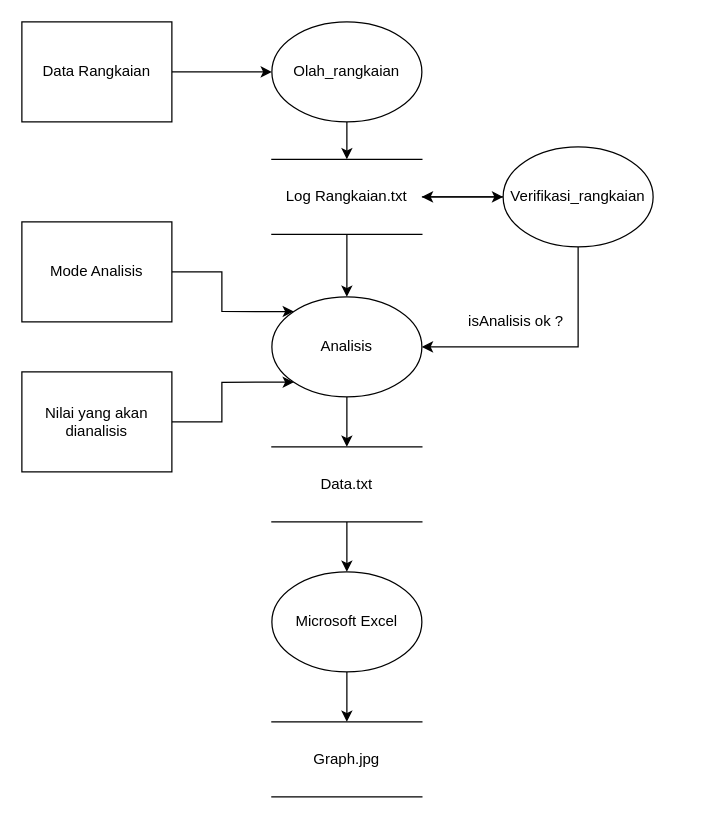
This is Data Flow Diagram.drawio from Lucranix28/TugasBesarPMC-LTSpice, a draw.io file, before an edit. Source tidied: cells renumbered, new cells numbered last; positions are measured from the earlier drawing's top-left corner, leaving out a move shared by most shapes. Both pictures are drawn from the tidied source at 125%, with x=0, y=0 at pixel (21, 21).
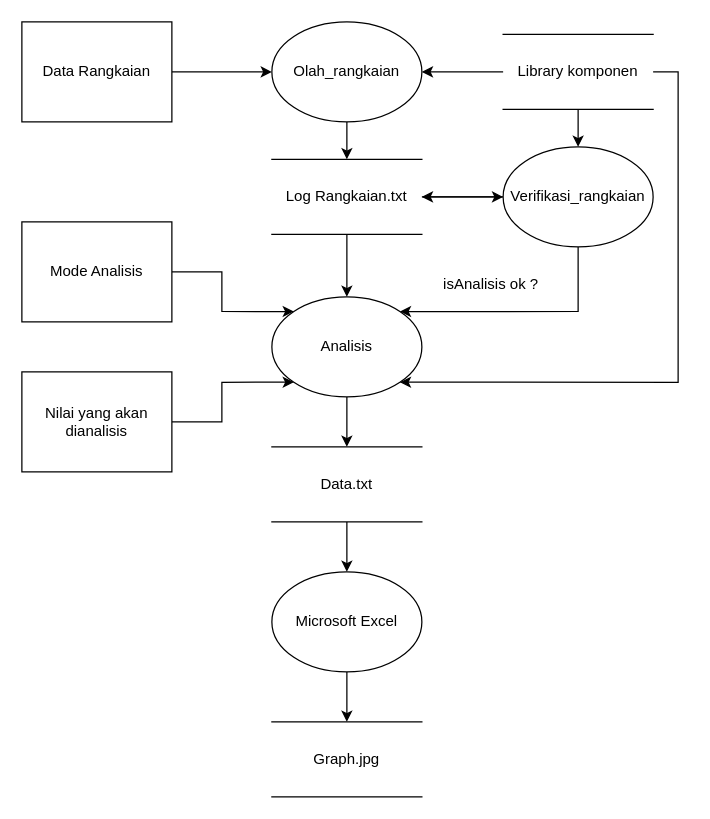
The same page after the edit.

Unchanged cells that the change refers to:
```xml
<mxCell id="12" value="Olah_rangkaian" style="ellipse;whiteSpace=wrap;html=1;" parent="1" vertex="1">
  <mxGeometry x="200" width="120" height="80" as="geometry" />
</mxCell>
<mxCell id="15" value="Verifikasi_rangkaian" style="ellipse;whiteSpace=wrap;html=1;" parent="1" vertex="1">
  <mxGeometry x="385" y="100" width="120" height="80" as="geometry" />
</mxCell>
<mxCell id="17" value="Analisis" style="ellipse;whiteSpace=wrap;html=1;" parent="1" vertex="1">
  <mxGeometry x="200" y="220" width="120" height="80" as="geometry" />
</mxCell>
```

The edit, as a diff of the source:
```diff
@@
-    <mxCell id="14" style="edgeStyle=orthogonalEdgeStyle;rounded=0;jettySize=auto;html=1;exitX=0.5;exitY=1;exitDx=0;exitDy=0;entryX=1;entryY=0.5;entryDx=0;entryDy=0;" parent="1" edge="1" source="15" target="17">
-      <mxGeometry relative="1" as="geometry" />
+    <mxCell id="14" style="edgeStyle=orthogonalEdgeStyle;rounded=0;jettySize=auto;html=1;exitX=0.5;exitY=1;exitDx=0;exitDy=0;entryX=1;entryY=0;entryDx=0;entryDy=0;" parent="1" edge="1" source="15" target="17">
+      <mxGeometry relative="1" as="geometry">
+        <Array as="points">
+          <mxPoint x="445" y="232" />
+          <mxPoint x="302" y="232" />
+        </Array>
+      </mxGeometry>
     </mxCell>
@@
     <mxCell id="23" value="isAnalisis ok ?" style="text;html=1;align=center;verticalAlign=middle;" parent="1" vertex="1">
-      <mxGeometry x="350" y="230" width="90" height="20" as="geometry" />
+      <mxGeometry x="330" y="200" width="90" height="20" as="geometry" />
     </mxCell>
+    <mxCell id="24" style="edgeStyle=orthogonalEdgeStyle;rounded=0;jettySize=auto;html=1;exitX=0;exitY=0.5;exitDx=0;exitDy=0;entryX=1;entryY=0.5;entryDx=0;entryDy=0;" parent="1" edge="1" source="27" target="12">
+      <mxGeometry relative="1" as="geometry" />
+    </mxCell>
+    <mxCell id="25" style="edgeStyle=orthogonalEdgeStyle;rounded=0;jettySize=auto;html=1;exitX=0.5;exitY=1;exitDx=0;exitDy=0;entryX=0.5;entryY=0;entryDx=0;entryDy=0;" parent="1" edge="1" source="27" target="15">
+      <mxGeometry relative="1" as="geometry" />
+    </mxCell>
+    <mxCell id="26" style="edgeStyle=orthogonalEdgeStyle;rounded=0;jettySize=auto;html=1;exitX=1;exitY=0.5;exitDx=0;exitDy=0;entryX=1;entryY=1;entryDx=0;entryDy=0;" parent="1" edge="1" source="27" target="17">
+      <mxGeometry relative="1" as="geometry">
+        <Array as="points">
+          <mxPoint x="525" y="40" />
+          <mxPoint x="525" y="288" />
+        </Array>
+      </mxGeometry>
+    </mxCell>
+    <mxCell id="27" value="Library komponen" style="shape=partialRectangle;whiteSpace=wrap;html=1;left=0;right=0;fillColor=none;" parent="1" vertex="1">
+      <mxGeometry x="385" y="10" width="120" height="60" as="geometry" />
+    </mxCell>
```
